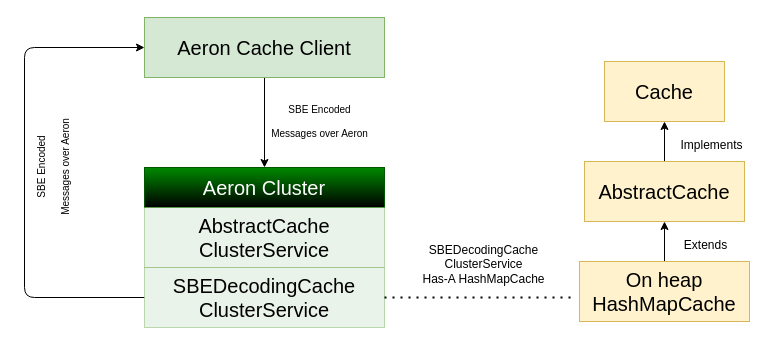
Above: docs/diagrams/message-flow.dio in bhf/aeron-cache (draw.io), before the change. Source tidied: cells renumbered, new cells numbered last; positions are measured from the earlier drawing's top-left corner, leaving out a move shared by most shapes. Both pictures are drawn from the tidied source at 100%, with x=0, y=0 at pixel (-11, 17).
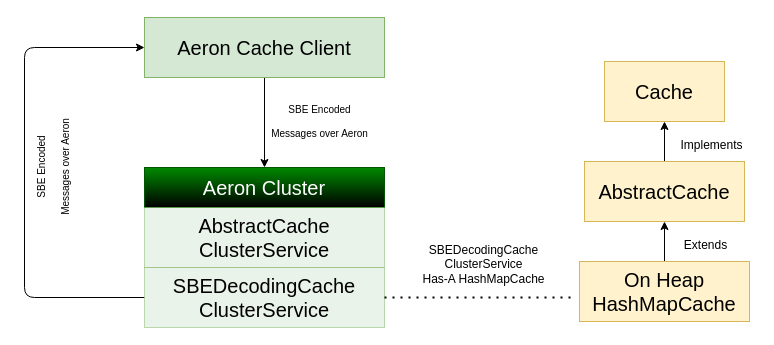
Above is the later version.

The edit, as a diff of the source:
```diff
@@
-    <mxCell id="15" value="&lt;font style=&quot;font-size: 20px;&quot;&gt;On heap &lt;br&gt;HashMapCache&lt;/font&gt;" style="rounded=0;whiteSpace=wrap;html=1;hachureGap=4;fontFamily=Helvetica;fontSize=12;fillColor=#fff2cc;strokeColor=#d6b656;" parent="1" vertex="1">
+    <mxCell id="15" value="&lt;font style=&quot;font-size: 20px;&quot;&gt;On Heap &lt;br&gt;HashMapCache&lt;/font&gt;" style="rounded=0;whiteSpace=wrap;html=1;hachureGap=4;fontFamily=Helvetica;fontSize=12;fillColor=#fff2cc;strokeColor=#d6b656;" parent="1" vertex="1">
       <mxGeometry x="590" y="244" width="170" height="60" as="geometry" />
     </mxCell>
```
